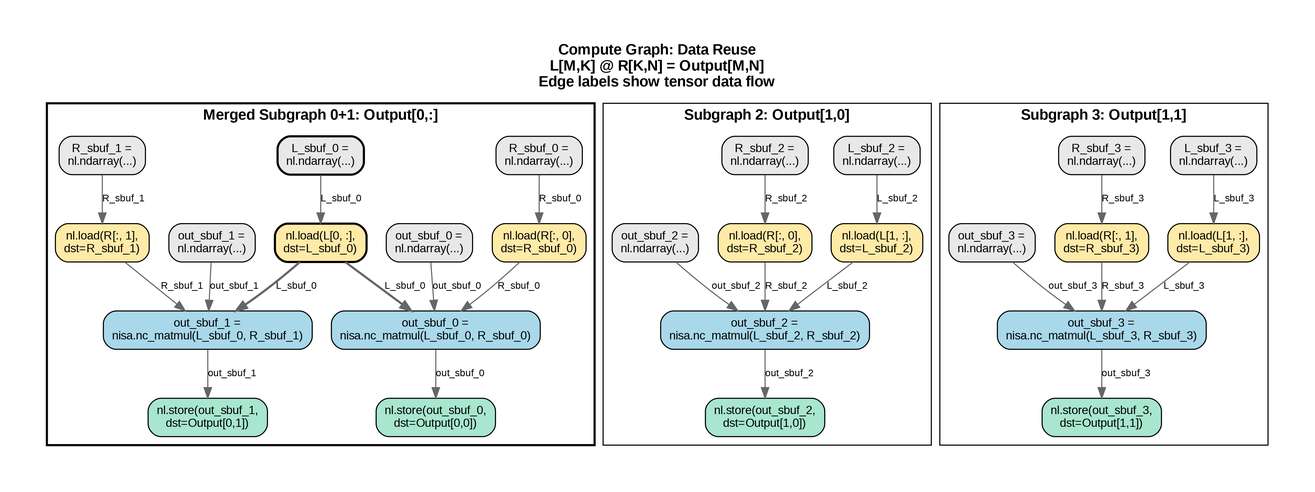
This is design/figures/matmul_compute_graph_data_reuse.png from awslabs/nki-autotune, a Graphviz export, as it was before one commit. Its source is kept beside it as design/dot_scripts/matmul_compute_graph_data_reuse.dot.
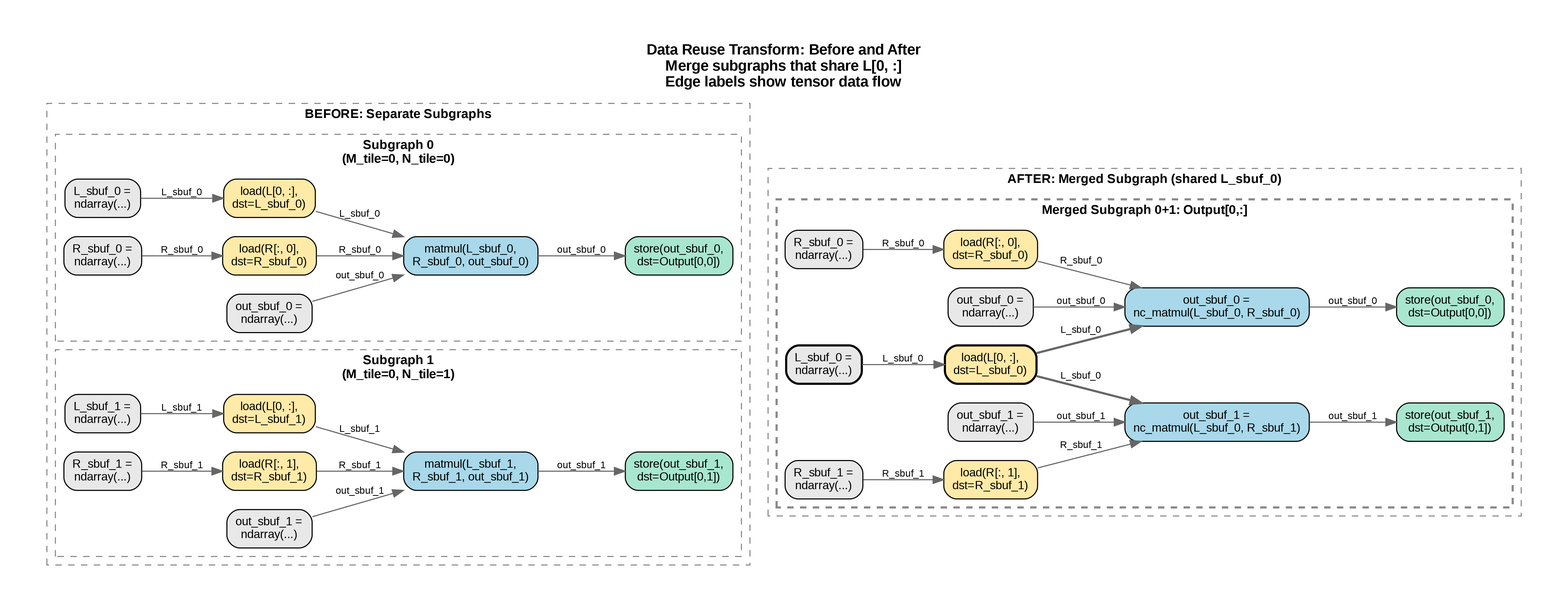
After the change.

Diff of the diagram source:
```diff
@@ -1,5 +1,5 @@
-digraph MatmulComputeGraphOptimized {
-    rankdir=TB;
+digraph MatmulComputeGraphDataReuse {
+    rankdir=LR;
     bgcolor="white";
     pad=0.5;
     dpi=300;
@@ -7,83 +7,98 @@
     node [fontname="Arial", fontsize=11, style="filled,rounded", shape=box];
     edge [fontname="Arial", fontsize=9];
 
-    label="Compute Graph: Data Reuse\nL[M,K] @ R[K,N] = Output[M,N]\nEdge labels show tensor data flow";
+    label="Data Reuse Transform: Before and After\nMerge subgraphs that share L[0, :]\nEdge labels show tensor data flow";
     labelloc="t";
     fontsize=14;
     fontname="Arial Bold";
 
-    subgraph cluster_merged_01 {
-        label="Merged Subgraph 0+1: Output[0,:]";
-        penwidth=2;
+    subgraph cluster_before {
+        label="BEFORE: Separate Subgraphs";
+        style="dashed";
+        color="#888888";
+        fontsize=12;
 
-        alloc_L_shared [label="L_sbuf_0 =\nnl.ndarray(...)", fillcolor="#E8E8E8", penwidth=2];
-        alloc_R_00 [label="R_sbuf_0 =\nnl.ndarray(...)", fillcolor="#E8E8E8"];
-        alloc_out_00 [label="out_sbuf_0 =\nnl.ndarray(...)", fillcolor="#E8E8E8"];
-        alloc_R_01 [label="R_sbuf_1 =\nnl.ndarray(...)", fillcolor="#E8E8E8"];
-        alloc_out_01 [label="out_sbuf_1 =\nnl.ndarray(...)", fillcolor="#E8E8E8"];
+        subgraph cluster_before_0 {
+            label="Subgraph 0\n(M_tile=0, N_tile=0)";
 
-        load_L_shared [label="nl.load(L[0, :],\ndst=L_sbuf_0)", fillcolor="#FFEAA7", penwidth=2];
+            before_alloc_L_0 [label="L_sbuf_0 =\nndarray(...)", fillcolor="#E8E8E8"];
+            before_alloc_R_0 [label="R_sbuf_0 =\nndarray(...)", fillcolor="#E8E8E8"];
+            before_alloc_out_0 [label="out_sbuf_0 =\nndarray(...)", fillcolor="#E8E8E8"];
+            before_load_L_0 [label="load(L[0, :],\ndst=L_sbuf_0)", fillcolor="#FFEAA7"];
+            before_load_R_0 [label="load(R[:, 0],\ndst=R_sbuf_0)", fillcolor="#FFEAA7"];
+            before_compute_0 [label="matmul(L_sbuf_0,\nR_sbuf_0, out_sbuf_0)", fillcolor="#A8D8EA"];
+            before_store_0 [label="store(out_sbuf_0,\ndst=Output[0,0])", fillcolor="#A8E6CF"];
 
-        load_R_00 [label="nl.load(R[:, 0],\ndst=R_sbuf_0)", fillcolor="#FFEAA7"];
-        compute_00 [label="out_sbuf_0 =\nnisa.nc_matmul(L_sbuf_0, R_sbuf_0)", fillcolor="#A8D8EA"];
-        store_00 [label="nl.store(out_sbuf_0,\ndst=Output[0,0])", fillcolor="#A8E6CF"];
+            before_alloc_L_0 -> before_load_L_0 [label="L_sbuf_0", color="#666666"];
+            before_alloc_R_0 -> before_load_R_0 [label="R_sbuf_0", color="#666666"];
+            before_alloc_out_0 -> before_compute_0 [label="out_sbuf_0", color="#666666"];
+            before_load_L_0 -> before_compute_0 [label="L_sbuf_0", color="#666666"];
+            before_load_R_0 -> before_compute_0 [label="R_sbuf_0", color="#666666"];
+            before_compute_0 -> before_store_0 [label="out_sbuf_0", color="#666666"];
+        }
 
-        load_R_01 [label="nl.load(R[:, 1],\ndst=R_sbuf_1)", fillcolor="#FFEAA7"];
-        compute_01 [label="out_sbuf_1 =\nnisa.nc_matmul(L_sbuf_0, R_sbuf_1)", fillcolor="#A8D8EA"];
-        store_01 [label="nl.store(out_sbuf_1,\ndst=Output[0,1])", fillcolor="#A8E6CF"];
+        subgraph cluster_before_1 {
+            label="Subgraph 1\n(M_tile=0, N_tile=1)";
 
-        alloc_L_shared -> load_L_shared [label="L_sbuf_0", color="#666666"];
-        alloc_R_00 -> load_R_00 [label="R_sbuf_0", color="#666666"];
-        alloc_out_00 -> compute_00 [label="out_sbuf_0", color="#666666"];
-        alloc_R_01 -> load_R_01 [label="R_sbuf_1", color="#666666"];
-        alloc_out_01 -> compute_01 [label="out_sbuf_1", color="#666666"];
+            before_alloc_L_1 [label="L_sbuf_1 =\nndarray(...)", fillcolor="#E8E8E8"];
+            before_alloc_R_1 [label="R_sbuf_1 =\nndarray(...)", fillcolor="#E8E8E8"];
+            before_alloc_out_1 [label="out_sbuf_1 =\nndarray(...)", fillcolor="#E8E8E8"];
+            before_load_L_1 [label="load(L[0, :],\ndst=L_sbuf_1)", fillcolor="#FFEAA7"];
+            before_load_R_1 [label="load(R[:, 1],\ndst=R_sbuf_1)", fillcolor="#FFEAA7"];
+            before_compute_1 [label="matmul(L_sbuf_1,\nR_sbuf_1, out_sbuf_1)", fillcolor="#A8D8EA"];
+            before_store_1 [label="store(out_sbuf_1,\ndst=Output[0,1])", fillcolor="#A8E6CF"];
 
-        load_L_shared -> compute_00 [label="L_sbuf_0", color="#666666", penwidth=2];
-        load_L_shared -> compute_01 [label="L_sbuf_0", color="#666666", penwidth=2];
-        load_R_00 -> compute_00 [label="R_sbuf_0", color="#666666"];
-        load_R_01 -> compute_01 [label="R_sbuf_1", color="#666666"];
-        compute_00 -> store_00 [label="out_sbuf_0", color="#666666"];
-        compute_01 -> store_01 [label="out_sbuf_1", color="#666666"];
+            before_alloc_L_1 -> before_load_L_1 [label="L_sbuf_1", color="#666666"];
+            before_alloc_R_1 -> before_load_R_1 [label="R_sbuf_1", color="#666666"];
+            before_alloc_out_1 -> before_compute_1 [label="out_sbuf_1", color="#666666"];
+            before_load_L_1 -> before_compute_1 [label="L_sbuf_1", color="#666666"];
+            before_load_R_1 -> before_compute_1 [label="R_sbuf_1", color="#666666"];
+            before_compute_1 -> before_store_1 [label="out_sbuf_1", color="#666666"];
+        }
     }
 
-    subgraph cluster_output_10 {
-        label="Subgraph 2: Output[1,0]";
+    subgraph cluster_after {
+        label="AFTER: Merged Subgraph (shared L_sbuf_0)";
+        style="dashed";
+        color="#888888";
+        fontsize=12;
 
-        alloc_L_10 [label="L_sbuf_2 =\nnl.ndarray(...)", fillcolor="#E8E8E8"];
-        alloc_R_10 [label="R_sbuf_2 =\nnl.ndarray(...)", fillcolor="#E8E8E8"];
-        alloc_out_10 [label="out_sbuf_2 =\nnl.ndarray(...)", fillcolor="#E8E8E8"];
-        load_L_10 [label="nl.load(L[1, :],\ndst=L_sbuf_2)", fillcolor="#FFEAA7"];
-        load_R_10 [label="nl.load(R[:, 0],\ndst=R_sbuf_2)", fillcolor="#FFEAA7"];
-        compute_10 [label="out_sbuf_2 =\nnisa.nc_matmul(L_sbuf_2, R_sbuf_2)", fillcolor="#A8D8EA"];
-        store_10 [label="nl.store(out_sbuf_2,\ndst=Output[1,0])", fillcolor="#A8E6CF"];
+        subgraph cluster_merged_01 {
+            label="Merged Subgraph 0+1: Output[0,:]";
+            penwidth=2;
 
-        alloc_L_10 -> load_L_10 [label="L_sbuf_2", color="#666666"];
-        alloc_R_10 -> load_R_10 [label="R_sbuf_2", color="#666666"];
-        alloc_out_10 -> compute_10 [label="out_sbuf_2", color="#666666"];
+            alloc_L_shared [label="L_sbuf_0 =\nndarray(...)", fillcolor="#E8E8E8", penwidth=2];
+            alloc_R_00 [label="R_sbuf_0 =\nndarray(...)", fillcolor="#E8E8E8"];
+            alloc_out_00 [label="out_sbuf_0 =\nndarray(...)", fillcolor="#E8E8E8"];
+            alloc_R_01 [label="R_sbuf_1 =\nndarray(...)", fillcolor="#E8E8E8"];
+            alloc_out_01 [label="out_sbuf_1 =\nndarray(...)", fillcolor="#E8E8E8"];
 
-        load_L_10 -> compute_10 [label="L_sbuf_2", color="#666666"];
-        load_R_10 -> compute_10 [label="R_sbuf_2", color="#666666"];
-        compute_10 -> store_10 [label="out_sbuf_2", color="#666666"];
+            load_L_shared [label="load(L[0, :],\ndst=L_sbuf_0)", fillcolor="#FFEAA7", penwidth=2];
+
+            load_R_00 [label="load(R[:, 0],\ndst=R_sbuf_0)", fillcolor="#FFEAA7"];
+            compute_00 [label="out_sbuf_0 =\nnc_matmul(L_sbuf_0, R_sbuf_0)", fillcolor="#A8D8EA"];
+            store_00 [label="store(out_sbuf_0,\ndst=Output[0,0])", fillcolor="#A8E6CF"];
+
+            load_R_01 [label="load(R[:, 1],\ndst=R_sbuf_1)", fillcolor="#FFEAA7"];
+            compute_01 [label="out_sbuf_1 =\nnc_matmul(L_sbuf_0, R_sbuf_1)", fillcolor="#A8D8EA"];
+            store_01 [label="store(out_sbuf_1,\ndst=Output[0,1])", fillcolor="#A8E6CF"];
+
+            alloc_L_shared -> load_L_shared [label="L_sbuf_0", color="#666666"];
+            alloc_R_00 -> load_R_00 [label="R_sbuf_0", color="#666666"];
+            alloc_out_00 -> compute_00 [label="out_sbuf_0", color="#666666"];
+            alloc_R_01 -> load_R_01 [label="R_sbuf_1", color="#666666"];
+            alloc_out_01 -> compute_01 [label="out_sbuf_1", color="#666666"];
+
+            load_L_shared -> compute_00 [label="L_sbuf_0", color="#666666", penwidth=2];
+            load_L_shared -> compute_01 [label="L_sbuf_0", color="#666666", penwidth=2];
+            load_R_00 -> compute_00 [label="R_sbuf_0", color="#666666"];
+            load_R_01 -> compute_01 [label="R_sbuf_1", color="#666666"];
+            compute_00 -> store_00 [label="out_sbuf_0", color="#666666"];
+            compute_01 -> store_01 [label="out_sbuf_1", color="#666666"];
+        }
     }
 
-    subgraph cluster_output_11 {
-        label="Subgraph 3: Output[1,1]";
-
-        alloc_L_11 [label="L_sbuf_3 =\nnl.ndarray(...)", fillcolor="#E8E8E8"];
-        alloc_R_11 [label="R_sbuf_3 =\nnl.ndarray(...)", fillcolor="#E8E8E8"];
-        alloc_out_11 [label="out_sbuf_3 =\nnl.ndarray(...)", fillcolor="#E8E8E8"];
-        load_L_11 [label="nl.load(L[1, :],\ndst=L_sbuf_3)", fillcolor="#FFEAA7"];
-        load_R_11 [label="nl.load(R[:, 1],\ndst=R_sbuf_3)", fillcolor="#FFEAA7"];
-        compute_11 [label="out_sbuf_3 =\nnisa.nc_matmul(L_sbuf_3, R_sbuf_3)", fillcolor="#A8D8EA"];
-        store_11 [label="nl.store(out_sbuf_3,\ndst=Output[1,1])", fillcolor="#A8E6CF"];
-
-        alloc_L_11 -> load_L_11 [label="L_sbuf_3", color="#666666"];
-        alloc_R_11 -> load_R_11 [label="R_sbuf_3", color="#666666"];
-        alloc_out_11 -> compute_11 [label="out_sbuf_3", color="#666666"];
-
-        load_L_11 -> compute_11 [label="L_sbuf_3", color="#666666"];
-        load_R_11 -> compute_11 [label="R_sbuf_3", color="#666666"];
-        compute_11 -> store_11 [label="out_sbuf_3", color="#666666"];
-    }
+    before_store_0 -> alloc_L_shared [style="invis", weight=0];
+    before_store_1 -> alloc_L_shared [style="invis", weight=0];
 
 }
```
